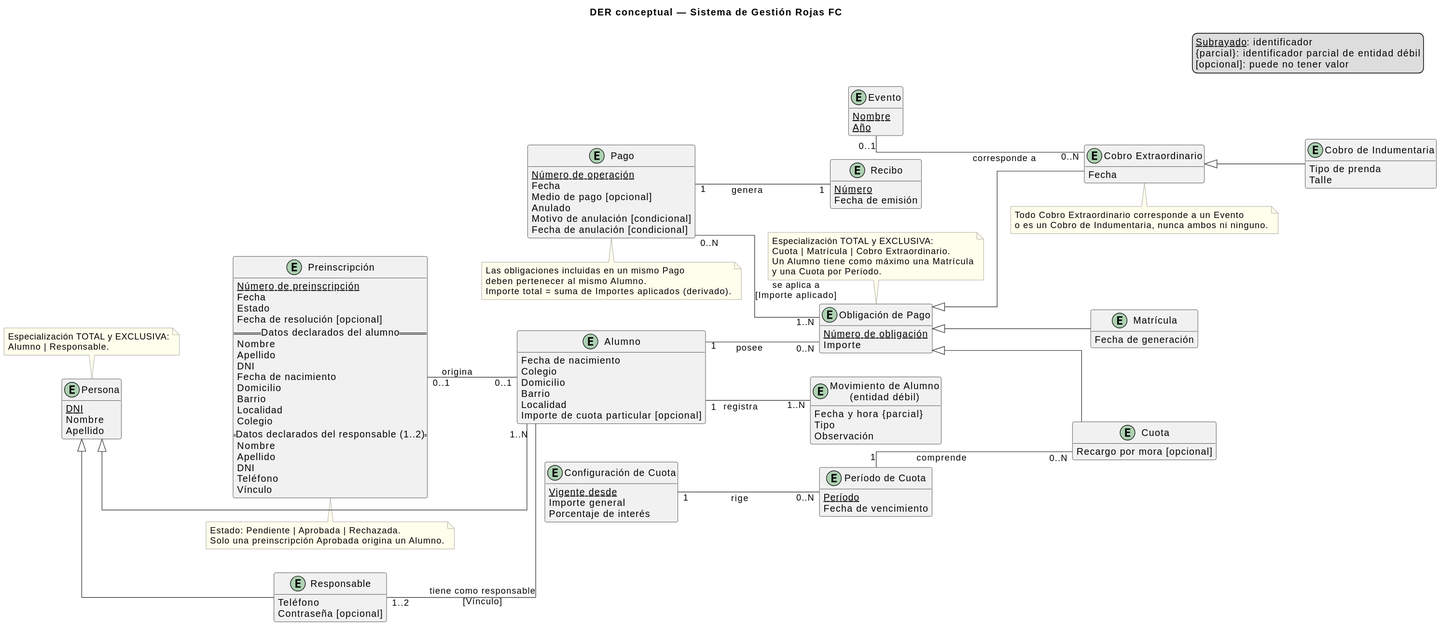
Above: docs/entidades-relaciones-cardinalidad/img/der-conceptual.svg in Marigi84/rojas-fc-gestion (PlantUML), before the change.
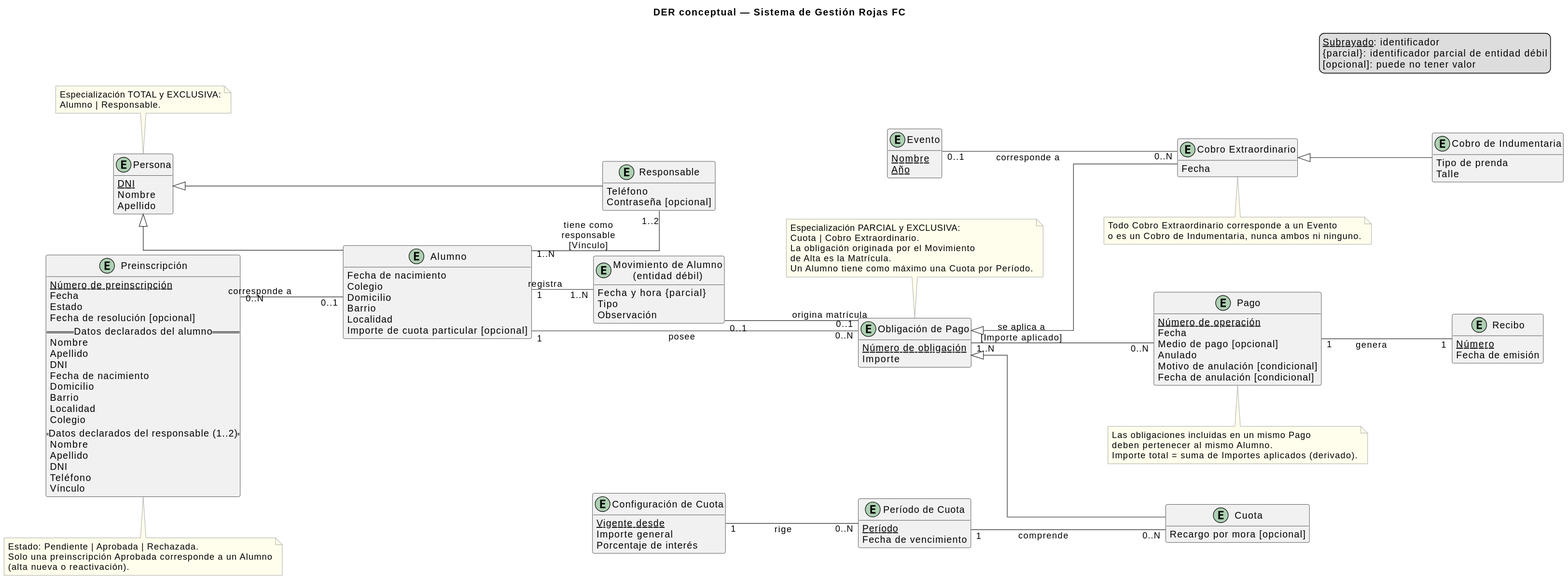
Later version of the same file.

Commit message:
docs: ajustar preinscripción y matrícula en el DER conceptual

The edit, as a diff of the source:
```diff
@@ -8,8 +8,8 @@
 skinparam classAttributeIconSize 0
 skinparam shadowing false
 skinparam linetype ortho
-skinparam nodesep 35
-skinparam ranksep 40
+skinparam nodesep 60
+skinparam ranksep 90
 skinparam ArrowColor #444444
 skinparam NoteBackgroundColor #FFFDEB
 skinparam NoteBorderColor #888888
@@ -49,7 +49,7 @@
   Alumno | Responsable.
 end note
 
-Responsable "1..2" -- "1..N" Alumno : tiene como responsable\n[Vínculo]
+Alumno "1..N" -- "1..2" Responsable : tiene como\nresponsable\n[Vínculo]
 
 
 entity "Preinscripción" as Preinscripcion {
@@ -74,11 +74,12 @@
   Vínculo
 }
 
-Preinscripcion "0..1" -- "0..1" Alumno : origina
+Preinscripcion "0..N" -- "0..1" Alumno : corresponde a
 
 note bottom of Preinscripcion
   Estado: Pendiente | Aprobada | Rechazada.
-  Solo una preinscripción Aprobada origina un Alumno.
+  Solo una preinscripción Aprobada corresponde a un Alumno
+  (alta nueva o reactivación).
 end note
 
 entity "Movimiento de Alumno\n(entidad débil)" as MovimientoAlumno {
@@ -99,10 +100,6 @@
   Recargo por mora [opcional]
 }
 
-entity "Matrícula" as Matricula {
-  Fecha de generación
-}
-
 entity "Cobro Extraordinario" as CobroExtraordinario {
   Fecha
 }
@@ -113,18 +110,19 @@
 }
 
 Alumno "1" -- "0..N" ObligacionPago : posee
+MovimientoAlumno "0..1" -- "0..1" ObligacionPago : origina matrícula
 
 ObligacionPago <|-- Cuota
-ObligacionPago <|-- Matricula
 ObligacionPago <|-- CobroExtraordinario
 
 CobroExtraordinario <|-- CobroIndumentaria
 
 note top of ObligacionPago
-  Especialización TOTAL y EXCLUSIVA:
-  Cuota | Matrícula | Cobro Extraordinario.
-  Un Alumno tiene como máximo una Matrícula
-  y una Cuota por Período.
+  Especialización PARCIAL y EXCLUSIVA:
+  Cuota | Cobro Extraordinario.
+  La obligación originada por el Movimiento
+  de Alta es la Matrícula.
+  Un Alumno tiene como máximo una Cuota por Período.
 end note
 
 note bottom of CobroExtraordinario
@@ -168,7 +166,7 @@
   Fecha de emisión
 }
 
-Pago "0..N" -- "1..N" ObligacionPago : se aplica a\n[Importe aplicado]
+ObligacionPago "1..N" -- "0..N" Pago : se aplica a\n[Importe aplicado]
 Pago "1" -- "1" Recibo : genera
 
 note bottom of Pago
```
